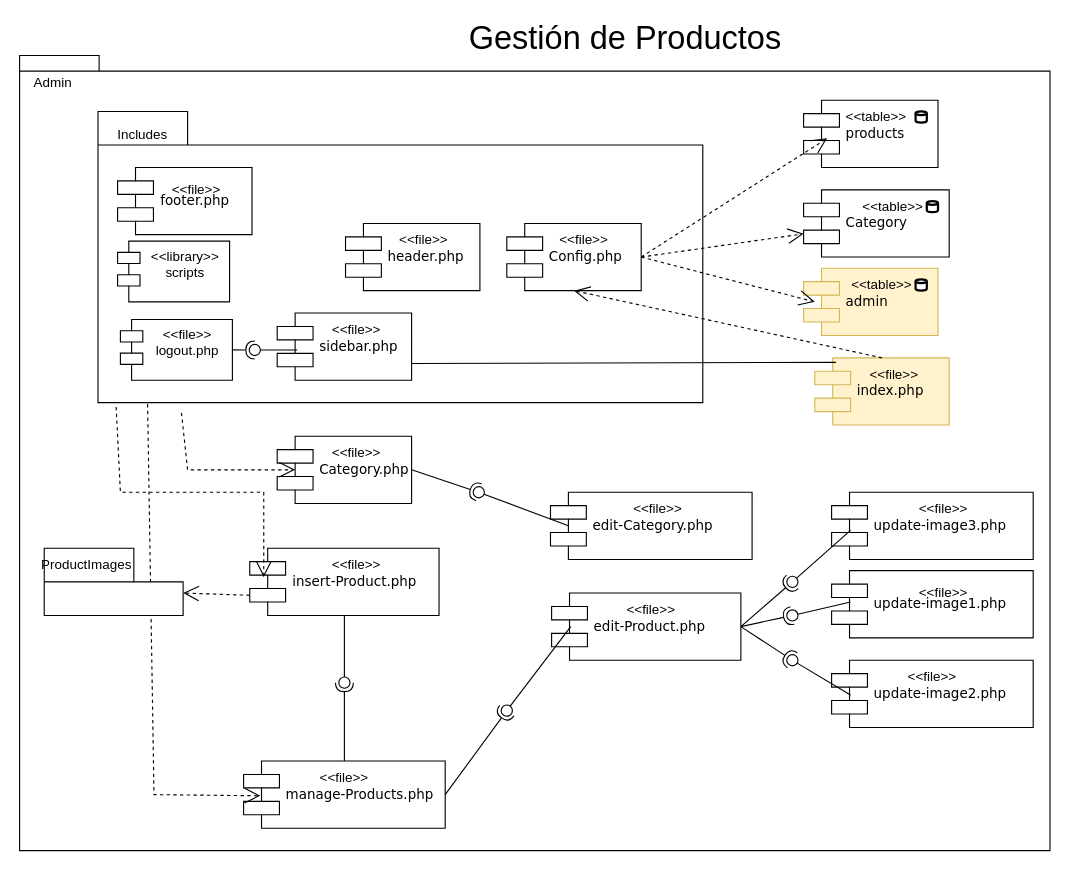
JorgeADnro/Torres keeps this draw.io diagram as Diagramas/ComponentesNuevoMich.drawio. Above is the earlier version. Source tidied: cells renumbered, new cells numbered last; positions are measured from the earlier drawing's top-left corner, leaving out a move shared by most shapes. Both pictures are drawn from the tidied source at 112%, with x=0, y=0 at pixel (19, 21).
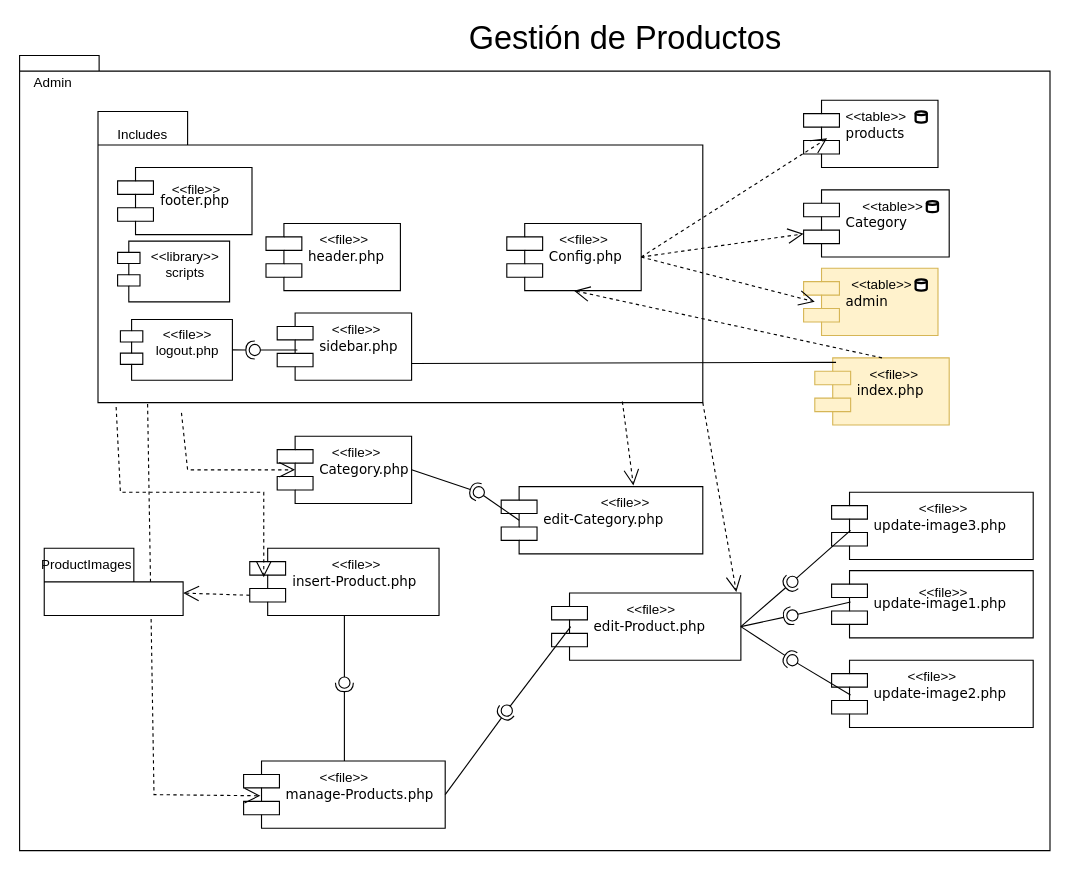
Above is the later version.

The change refers to these unchanged cells:
```xml
<mxCell id="4" style="shape=folder;fontStyle=1;tabWidth=80;tabHeight=30;tabPosition=left;html=1;boundedLbl=1;whiteSpace=wrap;" parent="1" vertex="1">
  <mxGeometry x="70" y="80" width="540" height="260" as="geometry" />
</mxCell>
<mxCell id="29" value="edit-Product.php" style="shape=component;align=left;spacingLeft=36;rounded=0;shadow=0;comic=0;labelBackgroundColor=none;strokeWidth=1;fontFamily=Verdana;fontSize=12;html=1;" parent="1" vertex="1">
  <mxGeometry x="475" y="510" width="169" height="60" as="geometry" />
</mxCell>
```

What changed in the source:
```diff
@@
     <mxCell id="7" value="header.php" style="shape=component;align=left;spacingLeft=36;rounded=0;shadow=0;comic=0;labelBackgroundColor=none;strokeWidth=1;fontFamily=Verdana;fontSize=12;html=1;" parent="1" vertex="1">
-      <mxGeometry x="291" y="180" width="120" height="60" as="geometry" />
+      <mxGeometry x="220" y="180" width="120" height="60" as="geometry" />
     </mxCell>
@@
     <mxCell id="12" value="&amp;lt;&amp;lt;file&amp;gt;&amp;gt;" style="text;html=1;strokeColor=none;fillColor=none;align=center;verticalAlign=middle;whiteSpace=wrap;rounded=0;" parent="1" vertex="1">
-      <mxGeometry x="331" y="180" width="60" height="30" as="geometry" />
+      <mxGeometry x="260" y="180" width="60" height="30" as="geometry" />
     </mxCell>
@@
     <mxCell id="31" value="edit-Category.php" style="shape=component;align=left;spacingLeft=36;rounded=0;shadow=0;comic=0;labelBackgroundColor=none;strokeWidth=1;fontFamily=Verdana;fontSize=12;html=1;" parent="1" vertex="1">
-      <mxGeometry x="474" y="420" width="180" height="60" as="geometry" />
+      <mxGeometry x="430" y="415" width="180" height="60" as="geometry" />
     </mxCell>
@@
     <mxCell id="62" value="&amp;lt;&amp;lt;file&amp;gt;&amp;gt;" style="text;html=1;strokeColor=none;fillColor=none;align=center;verticalAlign=middle;whiteSpace=wrap;rounded=0;" parent="1" vertex="1">
-      <mxGeometry x="540" y="420" width="60" height="30" as="geometry" />
+      <mxGeometry x="511" y="415" width="60" height="30" as="geometry" />
     </mxCell>
@@
+    <mxCell id="79" style="endArrow=open;endSize=12;dashed=1;html=1;rounded=0;exitX=0.867;exitY=0.996;exitDx=0;exitDy=0;entryX=0.617;entryY=-0.033;entryDx=0;entryDy=0;exitPerimeter=0;entryPerimeter=0;" parent="1" edge="1" source="4" target="62">
+      <mxGeometry relative="1" as="geometry" />
+    </mxCell>
+    <mxCell id="80" style="endArrow=open;endSize=12;dashed=1;html=1;rounded=0;exitX=0;exitY=0;exitDx=540;exitDy=260;entryX=0.976;entryY=-0.017;entryDx=0;entryDy=0;exitPerimeter=0;entryPerimeter=0;" parent="1" edge="1" source="4" target="29">
+      <mxGeometry relative="1" as="geometry" />
+    </mxCell>
```
